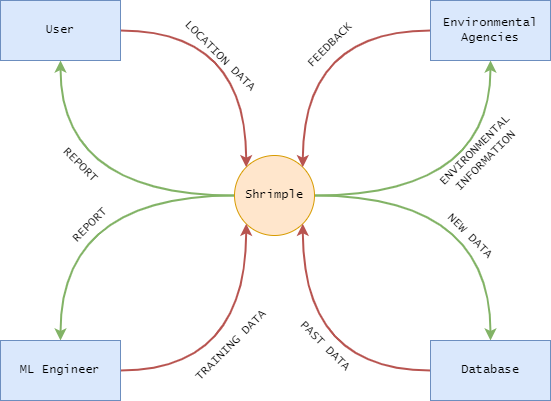
This is Software Requirement Specification Resources/Context Diagram/Shrimple Context Diagram Second Draft.drawio.png from dataemperor/Shrimple, a draw.io export, as it was before one commit. Source tidied: cells renumbered, new cells last; positions are measured from the earlier drawing's top-left corner, leaving out a move shared by most shapes. The source it was exported from:
```xml
<mxGraphModel>
  <root>
    <mxCell id="0" />
    <mxCell id="1" parent="0" />
    <mxCell id="2" style="edgeStyle=orthogonalEdgeStyle;rounded=0;jettySize=auto;html=1;curved=1;strokeWidth=2;fillColor=#d5e8d4;strokeColor=#82b366;" parent="1" edge="1" source="6" target="10">
      <mxGeometry relative="1" as="geometry" />
    </mxCell>
    <mxCell id="3" style="edgeStyle=orthogonalEdgeStyle;rounded=0;jettySize=auto;html=1;curved=1;fillColor=#d5e8d4;strokeColor=#82b366;strokeWidth=2;" parent="1" edge="1" source="6" target="14">
      <mxGeometry relative="1" as="geometry" />
    </mxCell>
    <mxCell id="4" style="edgeStyle=orthogonalEdgeStyle;rounded=0;jettySize=auto;html=1;curved=1;fillColor=#d5e8d4;strokeColor=#82b366;strokeWidth=2;" parent="1" edge="1" source="6" target="12">
      <mxGeometry relative="1" as="geometry" />
    </mxCell>
    <mxCell id="5" style="edgeStyle=orthogonalEdgeStyle;rounded=0;jettySize=auto;html=1;curved=1;exitX=0;exitY=0.5;exitDx=0;exitDy=0;strokeWidth=2;fillColor=#d5e8d4;strokeColor=#82b366;" parent="1" edge="1" source="6" target="8">
      <mxGeometry relative="1" as="geometry" />
    </mxCell>
    <mxCell id="6" value="Shrimple" style="ellipse;whiteSpace=wrap;html=1;fillColor=#ffe6cc;strokeColor=#d79b00;fontFamily=Lucida Console;" parent="1" vertex="1">
      <mxGeometry x="234" y="155" width="80" height="80" as="geometry" />
    </mxCell>
    <mxCell id="7" style="edgeStyle=orthogonalEdgeStyle;rounded=0;jettySize=auto;html=1;curved=1;entryX=0;entryY=1;entryDx=0;entryDy=0;fillColor=#f8cecc;strokeColor=#b85450;strokeWidth=2;" parent="1" edge="1" source="8" target="6">
      <mxGeometry relative="1" as="geometry" />
    </mxCell>
    <mxCell id="8" value="ML Engineer" style="rounded=0;whiteSpace=wrap;html=1;fontFamily=Lucida Console;fillColor=#dae8fc;strokeColor=#6c8ebf;" parent="1" vertex="1">
      <mxGeometry y="340" width="120" height="60" as="geometry" />
    </mxCell>
    <mxCell id="9" style="edgeStyle=orthogonalEdgeStyle;rounded=0;jettySize=auto;html=1;curved=1;entryX=0;entryY=0;entryDx=0;entryDy=0;fillColor=#f8cecc;strokeColor=#b85450;strokeWidth=2;" parent="1" edge="1" source="10" target="6">
      <mxGeometry x="0.03" y="-6" relative="1" as="geometry" />
    </mxCell>
    <mxCell id="10" value="User" style="rounded=0;whiteSpace=wrap;html=1;fontFamily=Lucida Console;fillColor=#dae8fc;strokeColor=#6c8ebf;" parent="1" vertex="1">
      <mxGeometry width="120" height="60" as="geometry" />
    </mxCell>
    <mxCell id="11" style="edgeStyle=orthogonalEdgeStyle;rounded=0;jettySize=auto;html=1;curved=1;entryX=1;entryY=1;entryDx=0;entryDy=0;strokeWidth=2;fillColor=#f8cecc;strokeColor=#b85450;" parent="1" edge="1" source="12" target="6">
      <mxGeometry relative="1" as="geometry" />
    </mxCell>
    <mxCell id="12" value="Database" style="rounded=0;whiteSpace=wrap;html=1;fillColor=#dae8fc;strokeColor=#6c8ebf;fontFamily=Lucida Console;" parent="1" vertex="1">
      <mxGeometry x="430" y="340" width="120" height="60" as="geometry" />
    </mxCell>
    <mxCell id="13" style="edgeStyle=orthogonalEdgeStyle;rounded=0;jettySize=auto;html=1;curved=1;entryX=1;entryY=0;entryDx=0;entryDy=0;fillColor=#f8cecc;strokeColor=#b85450;strokeWidth=2;" parent="1" edge="1" source="14" target="6">
      <mxGeometry relative="1" as="geometry" />
    </mxCell>
    <mxCell id="14" value="Environmental Agencies" style="rounded=0;whiteSpace=wrap;html=1;fillColor=#dae8fc;strokeColor=#6c8ebf;fontFamily=Lucida Console;" parent="1" vertex="1">
      <mxGeometry x="430" width="120" height="60" as="geometry" />
    </mxCell>
    <mxCell id="15" value="&lt;font face=&quot;Lucida Console&quot;&gt;LOCATION DATA&lt;/font&gt;" style="text;html=1;align=center;verticalAlign=middle;strokeColor=none;fillColor=none;rotation=45;" parent="1" vertex="1">
      <mxGeometry x="160" y="40" width="120" height="30" as="geometry" />
    </mxCell>
    <mxCell id="16" value="&lt;font face=&quot;Lucida Console&quot;&gt;PAST DATA&lt;/font&gt;" style="text;html=1;align=center;verticalAlign=middle;strokeColor=none;fillColor=none;rotation=45;" parent="1" vertex="1">
      <mxGeometry x="280" y="330" width="90" height="30" as="geometry" />
    </mxCell>
    <mxCell id="17" value="&lt;font face=&quot;Lucida Console&quot;&gt;TRAINING DATA&lt;/font&gt;" style="text;html=1;align=center;verticalAlign=middle;strokeColor=none;fillColor=none;rotation=315;" parent="1" vertex="1">
      <mxGeometry x="170" y="330" width="120" height="30" as="geometry" />
    </mxCell>
    <mxCell id="18" value="&lt;font face=&quot;Lucida Console&quot;&gt;NEW DATA&lt;/font&gt;" style="text;html=1;align=center;verticalAlign=middle;strokeColor=none;fillColor=none;rotation=45;" parent="1" vertex="1">
      <mxGeometry x="430" y="220" width="80" height="30" as="geometry" />
    </mxCell>
    <mxCell id="19" value="REPORT" style="text;html=1;align=center;verticalAlign=middle;whiteSpace=wrap;rounded=0;fontFamily=Lucida Console;rotation=315;" parent="1" vertex="1">
      <mxGeometry x="60" y="210" width="60" height="30" as="geometry" />
    </mxCell>
    <mxCell id="20" value="REPORT" style="text;html=1;align=center;verticalAlign=middle;whiteSpace=wrap;rounded=0;fontFamily=Lucida Console;rotation=45;" parent="1" vertex="1">
      <mxGeometry x="50" y="150" width="60" height="30" as="geometry" />
    </mxCell>
    <mxCell id="21" value="FEEDBACK" style="text;html=1;align=center;verticalAlign=middle;whiteSpace=wrap;rounded=0;fontFamily=Lucida Console;rotation=315;" parent="1" vertex="1">
      <mxGeometry x="300" y="30" width="60" height="30" as="geometry" />
    </mxCell>
    <mxCell id="22" value="ENVIRONMENTAL INFORMATION" style="text;html=1;align=center;verticalAlign=middle;whiteSpace=wrap;rounded=0;fontFamily=Lucida Console;rotation=315;" parent="1" vertex="1">
      <mxGeometry x="450" y="140" width="60" height="30" as="geometry" />
    </mxCell>
  </root>
</mxGraphModel>
```
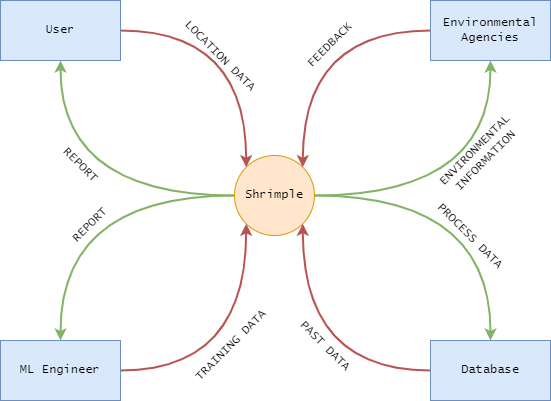
After the commit.

Commit message:
NEW DATA to PROCESS DATA

What changed in the source:
```diff
@@ -50,8 +50,8 @@
     <mxCell id="17" value="&lt;font face=&quot;Lucida Console&quot;&gt;TRAINING DATA&lt;/font&gt;" style="text;html=1;align=center;verticalAlign=middle;strokeColor=none;fillColor=none;rotation=315;" parent="1" vertex="1">
       <mxGeometry x="170" y="330" width="120" height="30" as="geometry" />
     </mxCell>
-    <mxCell id="18" value="&lt;font face=&quot;Lucida Console&quot;&gt;NEW DATA&lt;/font&gt;" style="text;html=1;align=center;verticalAlign=middle;strokeColor=none;fillColor=none;rotation=45;" parent="1" vertex="1">
-      <mxGeometry x="430" y="220" width="80" height="30" as="geometry" />
+    <mxCell id="18" value="&lt;font face=&quot;Lucida Console&quot;&gt;PROCESS DATA&lt;/font&gt;" style="text;html=1;align=center;verticalAlign=middle;strokeColor=none;fillColor=none;rotation=45;" parent="1" vertex="1">
+      <mxGeometry x="415" y="220" width="110" height="30" as="geometry" />
     </mxCell>
     <mxCell id="19" value="REPORT" style="text;html=1;align=center;verticalAlign=middle;whiteSpace=wrap;rounded=0;fontFamily=Lucida Console;rotation=315;" parent="1" vertex="1">
       <mxGeometry x="60" y="210" width="60" height="30" as="geometry" />
```
